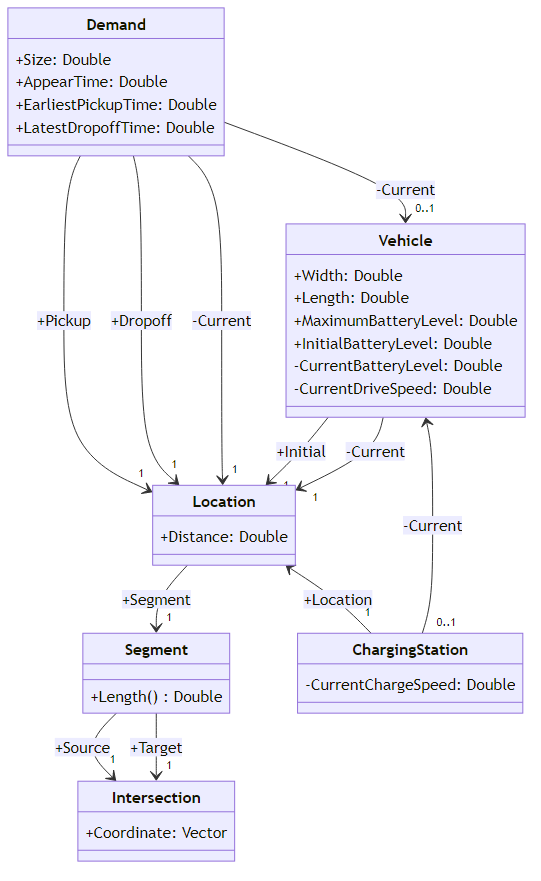
Above: diagrams/model/classes-v0.2.png in ghackenberg/transport-ide (Mermaid), before the change. Its source is kept beside it as diagrams/model/classes-v0.2.mmd.
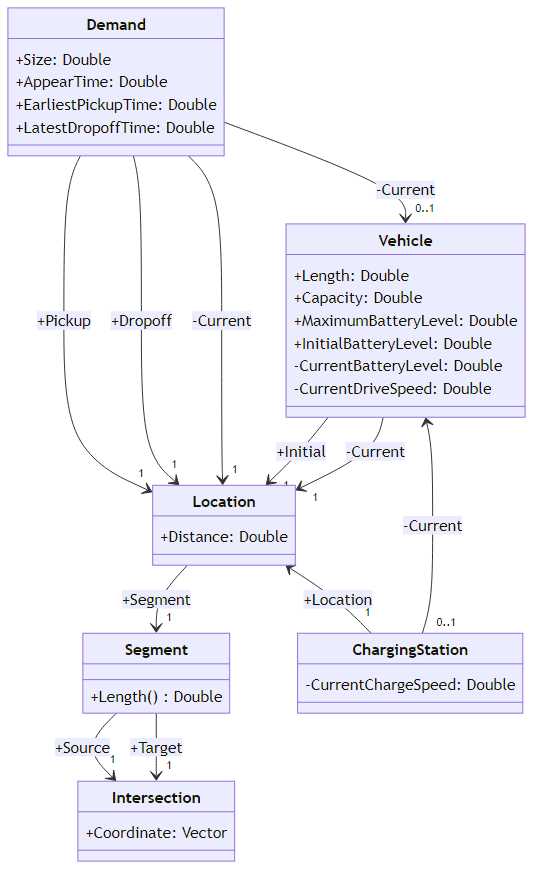
Above is the later version.

The edit, as a diff of the source:
```diff
@@ -14,8 +14,8 @@
         -CurrentChargeSpeed: Double
     }
     class Vehicle {
-        +Width: Double
         +Length: Double
+        +Capacity: Double
         +MaximumBatteryLevel: Double
         +InitialBatteryLevel: Double
         -CurrentBatteryLevel: Double
```
